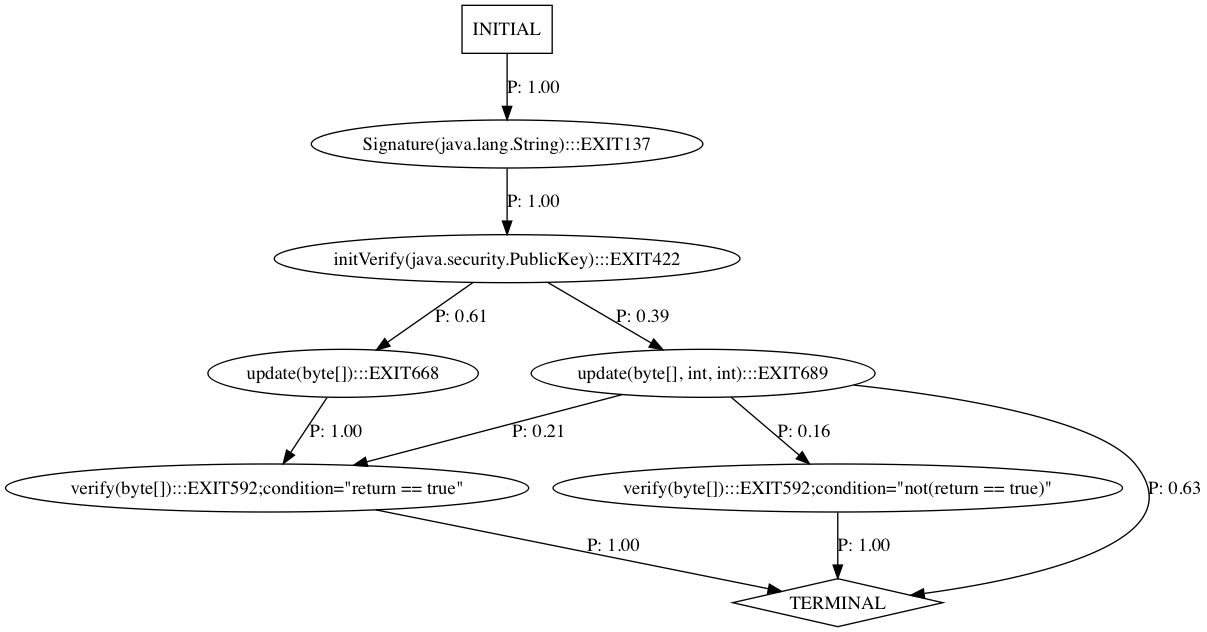
Earlier version of the Graphviz export bestchai-perfume-frontend-85f927d03b0c/tmp/synoptictest.dot.png (annadeng/Universal-Model-Inference). Its source is kept beside it as bestchai-perfume-frontend-85f927d03b0c/tmp/synoptictest.dot.
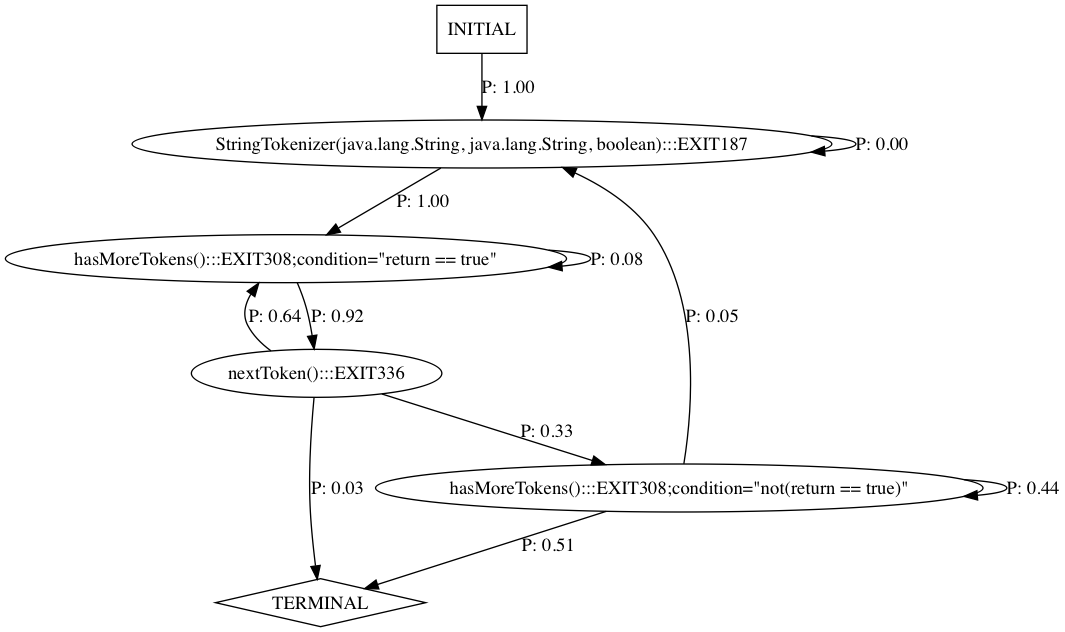
After the commit.

Change to the diagram source:
```diff
@@ -1,20 +1,19 @@
 digraph G {
-  0 [label="Signature(java.lang.String):::EXIT137"];
-  1 [label="initVerify(java.security.PublicKey):::EXIT422"];
-  2 [label="update(byte[]):::EXIT668"];
-  3 [label="update(byte[], int, int):::EXIT689"];
-  4 [label="verify(byte[]):::EXIT592;condition=\"not(return == true)\""];
-  5 [label="verify(byte[]):::EXIT592;condition=\"return == true\""];
-  6 [label="TERMINAL",shape=diamond];
-  7 [label="INITIAL",shape=box];
-0->1 [label="P: 1.00"];
-1->2 [label="P: 0.61"];
-1->3 [label="P: 0.39"];
-2->5 [label="P: 1.00"];
-3->4 [label="P: 0.16"];
-3->5 [label="P: 0.21"];
-3->6 [label="P: 0.63"];
-4->6 [label="P: 1.00"];
-5->6 [label="P: 1.00"];
-7->0 [label="P: 1.00"];
+  0 [label="StringTokenizer(java.lang.String, java.lang.String, boolean):::EXIT187"];
+  1 [label="hasMoreTokens():::EXIT308;condition=\"not(return == true)\""];
+  2 [label="hasMoreTokens():::EXIT308;condition=\"return == true\""];
+  3 [label="nextToken():::EXIT336"];
+  4 [label="TERMINAL",shape=diamond];
+  5 [label="INITIAL",shape=box];
+0->0 [label="P: 0.00"];
+0->2 [label="P: 1.00"];
+1->0 [label="P: 0.05"];
+1->1 [label="P: 0.44"];
+1->4 [label="P: 0.51"];
+2->2 [label="P: 0.08"];
+2->3 [label="P: 0.92"];
+3->1 [label="P: 0.33"];
+3->2 [label="P: 0.64"];
+3->4 [label="P: 0.03"];
+5->0 [label="P: 1.00"];
 }
```
